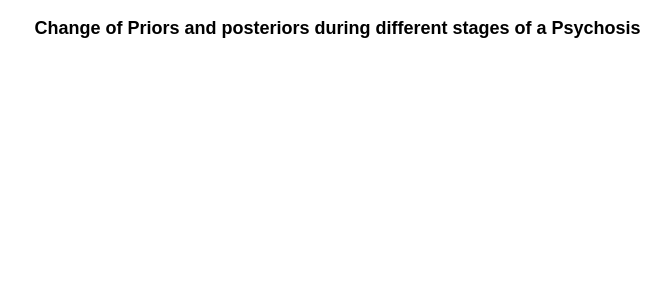
Before: Psychosis_Prior_Posterior_development.drawio in nalgi/Draw.io, a draw.io diagram. Source tidied: cells renumbered, new cells numbered last; positions are measured from the earlier drawing's top-left corner, leaving out a move shared by most shapes. Both pictures are drawn from the tidied source at 100%, with x=0, y=0 at pixel (27, 18).
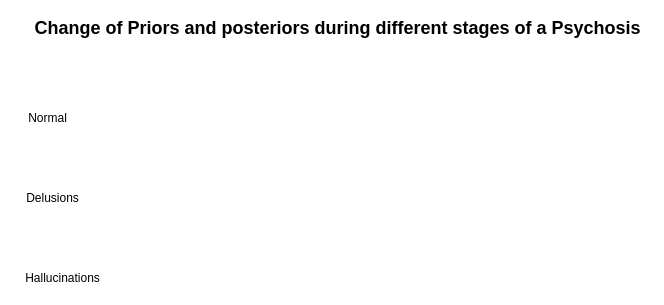
After the change.

The edit, as a diff of the source:
```diff
@@
 <mxGraphModel>
   <root>
     <mxCell id="0" />
     <mxCell id="1" parent="0" />
     <mxCell id="2" value="&lt;font style=&quot;font-size: 18px&quot;&gt;&lt;b&gt;Change of Priors and posteriors during different stages of a Psychosis&lt;/b&gt;&lt;/font&gt;" style="text;html=1;align=center;verticalAlign=middle;" parent="1" vertex="1">
       <mxGeometry width="620" height="20" as="geometry" />
     </mxCell>
+    <mxCell id="3" value="Normal" style="text;html=1;align=center;verticalAlign=middle;" parent="1" vertex="1">
+      <mxGeometry x="-5" y="90" width="50" height="20" as="geometry" />
+    </mxCell>
+    <mxCell id="4" value="Delusions" style="text;html=1;align=center;verticalAlign=middle;" parent="1" vertex="1">
+      <mxGeometry x="-10" y="170" width="70" height="20" as="geometry" />
+    </mxCell>
+    <mxCell id="5" value="Hallucinations" style="text;html=1;align=center;verticalAlign=middle;" parent="1" vertex="1">
+      <mxGeometry x="-10" y="250" width="90" height="20" as="geometry" />
+    </mxCell>
   </root>
 </mxGraphModel>
```
